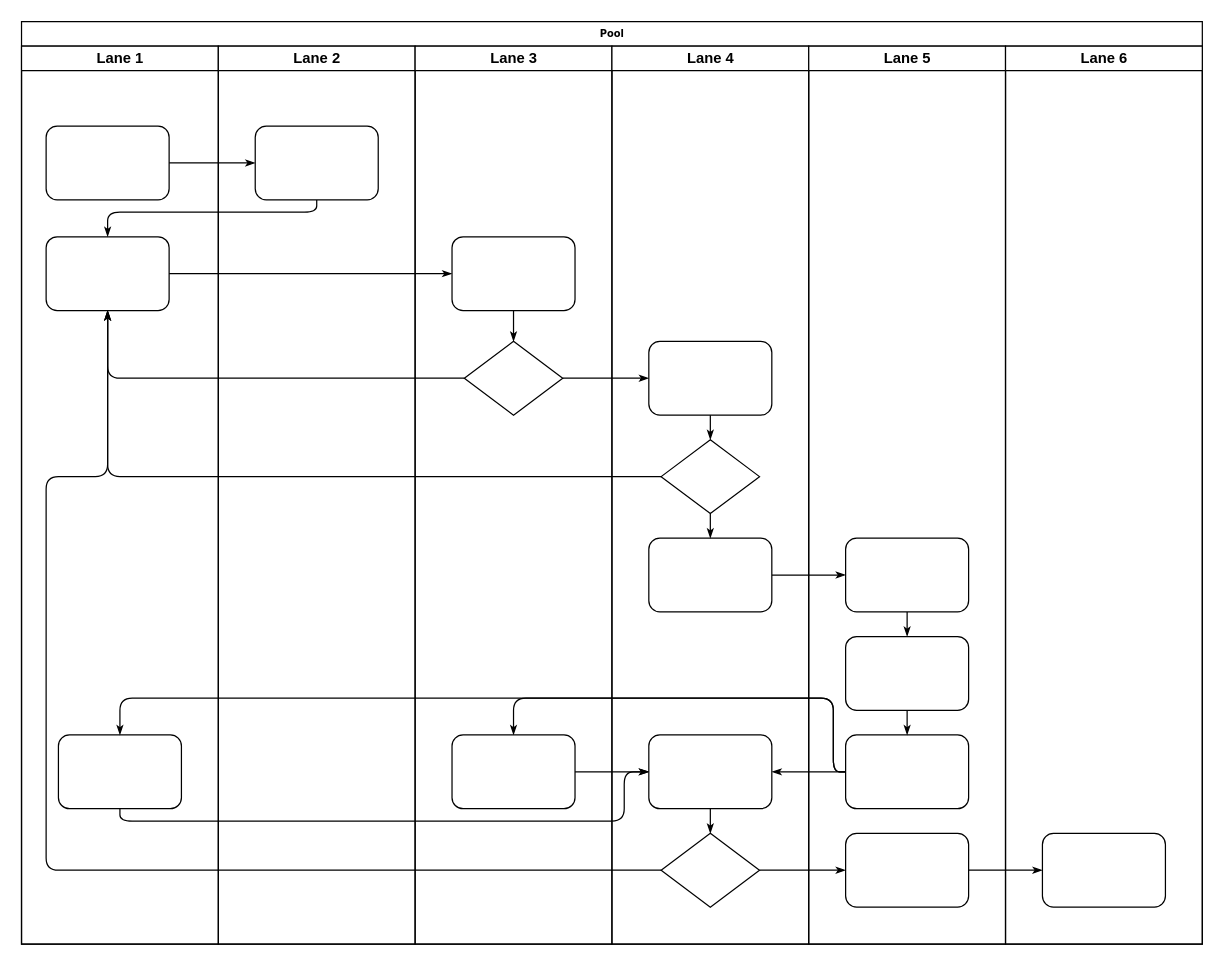
This is 设备-海报墙交互流程.drawio from nikiok/MovieRecommedSYS, a draw.io file, before an edit. Source tidied: cells renumbered, new cells numbered last; positions are measured from the earlier drawing's top-left corner, leaving out a move shared by most shapes. Both pictures are drawn from the tidied source at 123%, with x=0, y=0 at pixel (21, 21).
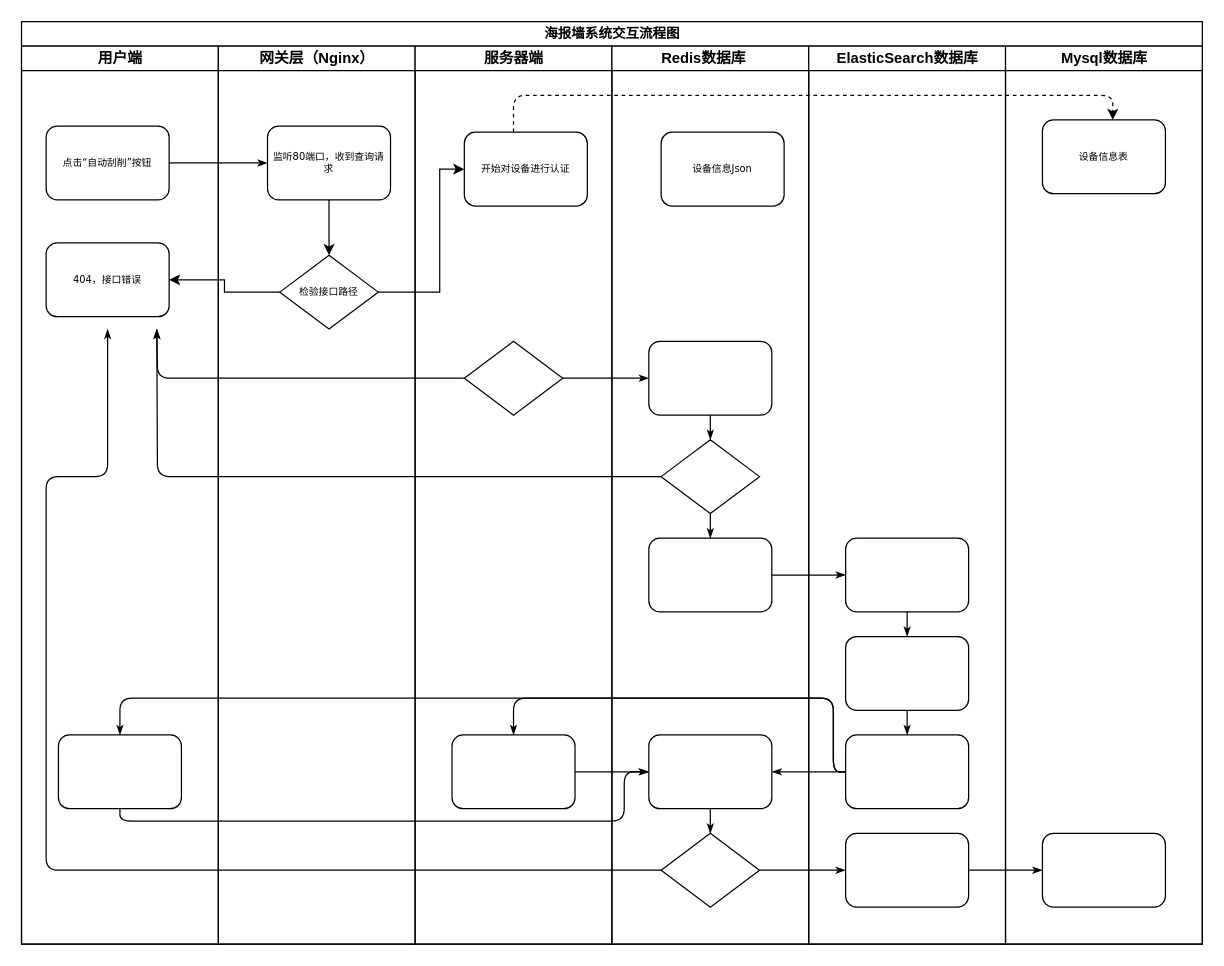
Above is the later version.

Commit message:
更新设备-海报墙交互流程.drawio

Unchanged cells that the change refers to:
```xml
<mxCell id="26" style="rhombus;whiteSpace=wrap;html=1;rounded=0;shadow=0;labelBackgroundColor=none;strokeWidth=1;fontFamily=Verdana;fontSize=8;align=center;" parent="24" vertex="1">
  <mxGeometry x="40" y="240" width="80" height="60" as="geometry" />
</mxCell>
<mxCell id="31" style="rhombus;whiteSpace=wrap;html=1;rounded=0;shadow=0;labelBackgroundColor=none;strokeWidth=1;fontFamily=Verdana;fontSize=8;align=center;" parent="29" vertex="1">
  <mxGeometry x="40" y="320" width="80" height="60" as="geometry" />
</mxCell>
<mxCell id="34" style="rhombus;whiteSpace=wrap;html=1;rounded=0;shadow=0;labelBackgroundColor=none;strokeWidth=1;fontFamily=Verdana;fontSize=8;align=center;" parent="29" vertex="1">
  <mxGeometry x="40" y="640" width="80" height="60" as="geometry" />
</mxCell>
```

The edit, as a diff of the source:
```diff
@@
-    <mxCell id="2" value="Pool" style="swimlane;html=1;startSize=20;rounded=0;shadow=0;labelBackgroundColor=none;strokeWidth=1;fontFamily=Verdana;fontSize=8;align=center;" parent="1" vertex="1">
+    <mxCell id="2" value="&lt;font style=&quot;font-size: 11px;&quot;&gt;海报墙系统交互流程图&lt;/font&gt;" style="swimlane;html=1;startSize=20;rounded=0;shadow=0;labelBackgroundColor=none;strokeWidth=1;fontFamily=Verdana;fontSize=8;align=center;" parent="1" vertex="1">
       <mxGeometry width="960" height="750" as="geometry" />
     </mxCell>
-    <mxCell id="3" value="Lane 1" style="swimlane;html=1;startSize=20;" parent="2" vertex="1">
-      <mxGeometry y="20" width="160" height="730" as="geometry" />
-    </mxCell>
-    <mxCell id="4" style="rounded=1;whiteSpace=wrap;html=1;shadow=0;labelBackgroundColor=none;strokeWidth=1;fontFamily=Verdana;fontSize=8;align=center;" parent="3" vertex="1">
-      <mxGeometry x="20" y="65" width="100" height="60" as="geometry" />
-    </mxCell>
-    <mxCell id="5" style="rounded=1;whiteSpace=wrap;html=1;shadow=0;labelBackgroundColor=none;strokeWidth=1;fontFamily=Verdana;fontSize=8;align=center;" parent="3" vertex="1">
-      <mxGeometry x="20" y="155" width="100" height="60" as="geometry" />
-    </mxCell>
-    <mxCell id="6" style="rounded=1;whiteSpace=wrap;html=1;shadow=0;labelBackgroundColor=none;strokeWidth=1;fontFamily=Verdana;fontSize=8;align=center;" parent="3" vertex="1">
-      <mxGeometry x="30" y="560" width="100" height="60" as="geometry" />
-    </mxCell>
@@
-    <mxCell id="8" style="edgeStyle=orthogonalEdgeStyle;rounded=1;html=1;labelBackgroundColor=none;startArrow=none;startFill=0;startSize=5;endArrow=classicThin;endFill=1;endSize=5;jettySize=auto;strokeWidth=1;fontFamily=Verdana;fontSize=8;" parent="2" edge="1" source="23" target="5">
-      <mxGeometry relative="1" as="geometry">
-        <Array as="points">
-          <mxPoint x="240" y="155" />
-          <mxPoint x="70" y="155" />
-        </Array>
-      </mxGeometry>
-    </mxCell>
-    <mxCell id="9" style="edgeStyle=orthogonalEdgeStyle;rounded=1;html=1;labelBackgroundColor=none;startArrow=none;startFill=0;startSize=5;endArrow=classicThin;endFill=1;endSize=5;jettySize=auto;strokeWidth=1;fontFamily=Verdana;fontSize=8;" parent="2" edge="1" source="5" target="25">
-      <mxGeometry relative="1" as="geometry" />
-    </mxCell>
-    <mxCell id="10" style="edgeStyle=orthogonalEdgeStyle;rounded=1;html=1;labelBackgroundColor=none;startArrow=none;startFill=0;startSize=5;endArrow=classicThin;endFill=1;endSize=5;jettySize=auto;strokeWidth=1;fontFamily=Verdana;fontSize=8;" parent="2" edge="1" source="26" target="5">
-      <mxGeometry relative="1" as="geometry" />
+    <mxCell id="10" style="edgeStyle=orthogonalEdgeStyle;rounded=1;html=1;labelBackgroundColor=none;startArrow=none;startFill=0;startSize=5;endArrow=classicThin;endFill=1;endSize=5;jettySize=auto;strokeWidth=1;fontFamily=Verdana;fontSize=8;" parent="2" edge="1" source="26">
+      <mxGeometry relative="1" as="geometry">
+        <mxPoint x="110" y="250" as="targetPoint" />
+      </mxGeometry>
     </mxCell>
-    <mxCell id="11" style="edgeStyle=orthogonalEdgeStyle;rounded=1;html=1;labelBackgroundColor=none;startArrow=none;startFill=0;startSize=5;endArrow=classicThin;endFill=1;endSize=5;jettySize=auto;strokeWidth=1;fontFamily=Verdana;fontSize=8;" parent="2" edge="1" source="31" target="5">
-      <mxGeometry relative="1" as="geometry" />
+    <mxCell id="11" style="edgeStyle=orthogonalEdgeStyle;rounded=1;html=1;labelBackgroundColor=none;startArrow=none;startFill=0;startSize=5;endArrow=classicThin;endFill=1;endSize=5;jettySize=auto;strokeWidth=1;fontFamily=Verdana;fontSize=8;" parent="2" edge="1" source="31">
+      <mxGeometry relative="1" as="geometry">
+        <mxPoint x="110" y="250" as="targetPoint" />
+      </mxGeometry>
     </mxCell>
-    <mxCell id="12" style="edgeStyle=orthogonalEdgeStyle;rounded=1;html=1;labelBackgroundColor=none;startArrow=none;startFill=0;startSize=5;endArrow=classicThin;endFill=1;endSize=5;jettySize=auto;strokeWidth=1;fontFamily=Verdana;fontSize=8;" parent="2" edge="1" source="34" target="5">
+    <mxCell id="12" style="edgeStyle=orthogonalEdgeStyle;rounded=1;html=1;labelBackgroundColor=none;startArrow=none;startFill=0;startSize=5;endArrow=classicThin;endFill=1;endSize=5;jettySize=auto;strokeWidth=1;fontFamily=Verdana;fontSize=8;" parent="2" edge="1" source="34">
       <mxGeometry relative="1" as="geometry">
+        <mxPoint x="70" y="250" as="targetPoint" />
         <Array as="points">
           <mxPoint x="20" y="690" />
           <mxPoint x="20" y="370" />
           <mxPoint x="70" y="370" />
         </Array>
       </mxGeometry>
     </mxCell>
@@
+    <mxCell id="3" value="用户端" style="swimlane;html=1;startSize=20;" parent="2" vertex="1">
+      <mxGeometry y="20" width="160" height="730" as="geometry" />
+    </mxCell>
+    <mxCell id="4" value="点击“自动刮削”按钮" style="rounded=1;whiteSpace=wrap;html=1;shadow=0;labelBackgroundColor=none;strokeWidth=1;fontFamily=Verdana;fontSize=8;align=center;" parent="3" vertex="1">
+      <mxGeometry x="20" y="65" width="100" height="60" as="geometry" />
+    </mxCell>
+    <mxCell id="6" style="rounded=1;whiteSpace=wrap;html=1;shadow=0;labelBackgroundColor=none;strokeWidth=1;fontFamily=Verdana;fontSize=8;align=center;" parent="3" vertex="1">
+      <mxGeometry x="30" y="560" width="100" height="60" as="geometry" />
+    </mxCell>
+    <mxCell id="47" value="404，接口错误" style="rounded=1;whiteSpace=wrap;html=1;shadow=0;labelBackgroundColor=none;strokeWidth=1;fontFamily=Verdana;fontSize=8;align=center;" parent="3" vertex="1">
+      <mxGeometry x="20" y="160" width="100" height="60" as="geometry" />
+    </mxCell>
-    <mxCell id="22" value="Lane 2" style="swimlane;html=1;startSize=20;" parent="2" vertex="1">
+    <mxCell id="22" value="网关层（Nginx）" style="swimlane;html=1;startSize=20;" parent="2" vertex="1">
       <mxGeometry x="160" y="20" width="160" height="730" as="geometry" />
     </mxCell>
+    <mxCell id="48" style="edgeStyle=orthogonalEdgeStyle;rounded=0;jettySize=auto;html=1;entryX=0.5;entryY=0;entryDx=0;entryDy=0;" parent="22" edge="1" source="23" target="49">
+      <mxGeometry relative="1" as="geometry" />
+    </mxCell>
-    <mxCell id="23" style="rounded=1;whiteSpace=wrap;html=1;shadow=0;labelBackgroundColor=none;strokeWidth=1;fontFamily=Verdana;fontSize=8;align=center;" parent="22" vertex="1">
-      <mxGeometry x="30" y="65" width="100" height="60" as="geometry" />
+    <mxCell id="23" value="监听80端口，收到查询请求" style="rounded=1;whiteSpace=wrap;html=1;shadow=0;labelBackgroundColor=none;strokeWidth=1;fontFamily=Verdana;fontSize=8;align=center;" parent="22" vertex="1">
+      <mxGeometry x="40" y="65" width="100" height="60" as="geometry" />
     </mxCell>
+    <mxCell id="49" value="检验接口路径" style="rhombus;whiteSpace=wrap;html=1;rounded=0;shadow=0;labelBackgroundColor=none;strokeWidth=1;fontFamily=Verdana;fontSize=8;align=center;" parent="22" vertex="1">
+      <mxGeometry x="50" y="170" width="80" height="60" as="geometry" />
+    </mxCell>
-    <mxCell id="24" value="Lane 3" style="swimlane;html=1;startSize=20;" parent="2" vertex="1">
+    <mxCell id="24" value="服务器端" style="swimlane;html=1;startSize=20;" parent="2" vertex="1">
       <mxGeometry x="320" y="20" width="160" height="730" as="geometry" />
     </mxCell>
-    <mxCell id="25" style="rounded=1;whiteSpace=wrap;html=1;shadow=0;labelBackgroundColor=none;strokeWidth=1;fontFamily=Verdana;fontSize=8;align=center;" parent="24" vertex="1">
-      <mxGeometry x="30" y="155" width="100" height="60" as="geometry" />
+    <mxCell id="25" value="开始对设备进行认证" style="rounded=1;whiteSpace=wrap;html=1;shadow=0;labelBackgroundColor=none;strokeWidth=1;fontFamily=Verdana;fontSize=8;align=center;" parent="24" vertex="1">
+      <mxGeometry x="40" y="70" width="100" height="60" as="geometry" />
     </mxCell>
@@
-    <mxCell id="28" style="edgeStyle=orthogonalEdgeStyle;rounded=1;html=1;labelBackgroundColor=none;startArrow=none;startFill=0;startSize=5;endArrow=classicThin;endFill=1;endSize=5;jettySize=auto;strokeWidth=1;fontFamily=Verdana;fontSize=8;" parent="24" edge="1" source="25" target="26">
-      <mxGeometry relative="1" as="geometry" />
-    </mxCell>
+    <mxCell id="50" style="edgeStyle=elbowEdgeStyle;rounded=0;jettySize=auto;html=1;entryX=0;entryY=0.5;entryDx=0;entryDy=0;curved=0;" parent="24" edge="1" source="49" target="25">
+      <mxGeometry relative="1" as="geometry">
+        <Array as="points">
+          <mxPoint x="20" y="150" />
+        </Array>
+      </mxGeometry>
+    </mxCell>
-    <mxCell id="29" value="Lane 4" style="swimlane;html=1;startSize=20;" parent="2" vertex="1">
+    <mxCell id="29" value="Redis数据库&lt;span style=&quot;white-space: pre;&quot;&gt;&#9;&lt;/span&gt;" style="swimlane;html=1;startSize=20;" parent="2" vertex="1">
       <mxGeometry x="480" y="20" width="160" height="730" as="geometry" />
     </mxCell>
@@
+    <mxCell id="51" value="设备信息Json" style="rounded=1;whiteSpace=wrap;html=1;shadow=0;labelBackgroundColor=none;strokeWidth=1;fontFamily=Verdana;fontSize=8;align=center;" parent="29" vertex="1">
+      <mxGeometry x="40" y="70" width="100" height="60" as="geometry" />
+    </mxCell>
-    <mxCell id="38" value="Lane 5" style="swimlane;html=1;startSize=20;" parent="2" vertex="1">
+    <mxCell id="38" value="ElasticSearch数据库" style="swimlane;html=1;startSize=20;" parent="2" vertex="1">
       <mxGeometry x="640" y="20" width="160" height="730" as="geometry" />
     </mxCell>
@@
-    <mxCell id="45" value="Lane 6" style="swimlane;html=1;startSize=20;" parent="2" vertex="1">
+    <mxCell id="45" value="Mysql数据库" style="swimlane;html=1;startSize=20;" parent="2" vertex="1">
       <mxGeometry x="800" y="20" width="160" height="730" as="geometry" />
     </mxCell>
@@
+    <mxCell id="52" value="设备信息表" style="rounded=1;whiteSpace=wrap;html=1;shadow=0;labelBackgroundColor=none;strokeWidth=1;fontFamily=Verdana;fontSize=8;align=center;" parent="45" vertex="1">
+      <mxGeometry x="30" y="60" width="100" height="60" as="geometry" />
+    </mxCell>
+    <mxCell id="53" style="edgeStyle=orthogonalEdgeStyle;rounded=1;jettySize=auto;html=1;entryX=0.572;entryY=-0.001;entryDx=0;entryDy=0;entryPerimeter=0;dashed=1;curved=0;jumpStyle=none;" parent="2" edge="1" source="25" target="52">
+      <mxGeometry relative="1" as="geometry">
+        <Array as="points">
+          <mxPoint x="400" y="60" />
+          <mxPoint x="887" y="60" />
+        </Array>
+      </mxGeometry>
+    </mxCell>
+    <mxCell id="54" style="edgeStyle=orthogonalEdgeStyle;rounded=0;jettySize=auto;html=1;" parent="2" edge="1" source="49" target="47">
+      <mxGeometry relative="1" as="geometry" />
+    </mxCell>
```
